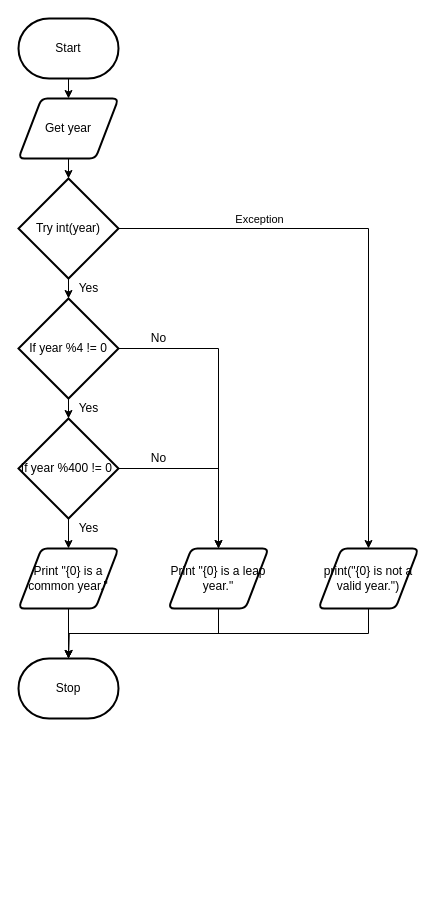
This is flowchart.drawio from Ethan-Gravelle/ICS3U-Unit3-08-Python-Leap-Year, a draw.io file, before an edit. Source tidied: cells renumbered, new cells numbered last; positions are measured from the earlier drawing's top-left corner, leaving out a move shared by most shapes. Both pictures are drawn from the tidied source at 100%, with x=0, y=0 at pixel (18, 18).
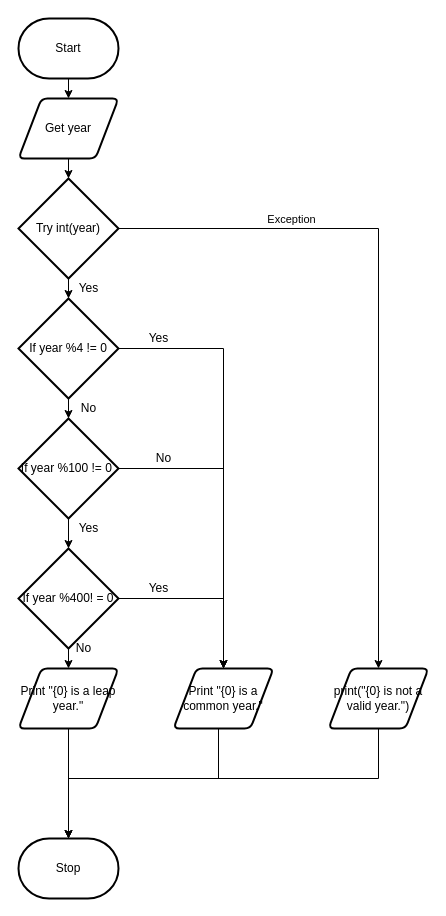
Above is the later version.

Diff of the diagram source:
```diff
@@
-    <mxCell id="10" style="edgeStyle=orthogonalEdgeStyle;rounded=0;jettySize=auto;html=1;exitX=0.5;exitY=1;exitDx=0;exitDy=0;exitPerimeter=0;entryX=0.5;entryY=0;entryDx=0;entryDy=0;" parent="1" edge="1" source="11" target="13">
+    <mxCell id="10" style="edgeStyle=orthogonalEdgeStyle;rounded=0;jettySize=auto;html=1;exitX=0.5;exitY=1;exitDx=0;exitDy=0;exitPerimeter=0;entryX=0.5;entryY=0;entryDx=0;entryDy=0;entryPerimeter=0;" parent="1" edge="1" source="11" target="31">
       <mxGeometry relative="1" as="geometry" />
     </mxCell>
-    <mxCell id="11" value="If year %400 != 0&amp;nbsp;" style="strokeWidth=2;html=1;shape=mxgraph.flowchart.decision;whiteSpace=wrap;" parent="1" vertex="1">
+    <mxCell id="11" value="If year %100 != 0&amp;nbsp;" style="strokeWidth=2;html=1;shape=mxgraph.flowchart.decision;whiteSpace=wrap;" parent="1" vertex="1">
       <mxGeometry y="400" width="100" height="100" as="geometry" />
     </mxCell>
@@
-    <mxCell id="13" value="Print &quot;{0} is a common year.&quot;" style="shape=parallelogram;html=1;strokeWidth=2;perimeter=parallelogramPerimeter;whiteSpace=wrap;rounded=1;arcSize=12;size=0.23;" parent="1" vertex="1">
-      <mxGeometry y="530" width="100" height="60" as="geometry" />
+    <mxCell id="13" value="Print &quot;{0} is a leap year.&quot;" style="shape=parallelogram;html=1;strokeWidth=2;perimeter=parallelogramPerimeter;whiteSpace=wrap;rounded=1;arcSize=12;size=0.23;" parent="1" vertex="1">
+      <mxGeometry y="650" width="100" height="60" as="geometry" />
     </mxCell>
     <mxCell id="14" style="edgeStyle=orthogonalEdgeStyle;rounded=0;jettySize=auto;html=1;exitX=0.5;exitY=1;exitDx=0;exitDy=0;" parent="1" edge="1" source="15">
       <mxGeometry relative="1" as="geometry">
-        <mxPoint x="50" y="640" as="targetPoint" />
+        <mxPoint x="50" y="820" as="targetPoint" />
+        <Array as="points">
+          <mxPoint x="200" y="680" />
+          <mxPoint x="200" y="760" />
+          <mxPoint x="50" y="760" />
+        </Array>
       </mxGeometry>
     </mxCell>
-    <mxCell id="15" value="Print &quot;{0} is a leap year.&quot;" style="shape=parallelogram;html=1;strokeWidth=2;perimeter=parallelogramPerimeter;whiteSpace=wrap;rounded=1;arcSize=12;size=0.23;" parent="1" vertex="1">
-      <mxGeometry x="150" y="530" width="100" height="60" as="geometry" />
+    <mxCell id="15" value="Print &quot;{0} is a common year.&quot;" style="shape=parallelogram;html=1;strokeWidth=2;perimeter=parallelogramPerimeter;whiteSpace=wrap;rounded=1;arcSize=12;size=0.23;" parent="1" vertex="1">
+      <mxGeometry x="155" y="650" width="100" height="60" as="geometry" />
     </mxCell>
     <mxCell id="16" value="Stop" style="strokeWidth=2;html=1;shape=mxgraph.flowchart.terminator;whiteSpace=wrap;" parent="1" vertex="1">
-      <mxGeometry y="640" width="100" height="60" as="geometry" />
+      <mxGeometry y="820" width="100" height="60" as="geometry" />
     </mxCell>
@@
-    <mxCell id="21" style="edgeStyle=orthogonalEdgeStyle;rounded=0;jettySize=auto;html=1;exitX=0.5;exitY=1;exitDx=0;exitDy=0;" parent="1" edge="1" source="22">
+    <mxCell id="21" style="edgeStyle=orthogonalEdgeStyle;rounded=0;jettySize=auto;html=1;exitX=0.5;exitY=1;exitDx=0;exitDy=0;entryX=0.5;entryY=0;entryDx=0;entryDy=0;entryPerimeter=0;" parent="1" edge="1" source="22" target="16">
       <mxGeometry relative="1" as="geometry">
-        <mxPoint x="50" y="640" as="targetPoint" />
+        <Array as="points">
+          <mxPoint x="360" y="760" />
+          <mxPoint x="50" y="760" />
+        </Array>
       </mxGeometry>
     </mxCell>
     <mxCell id="22" value="print(&quot;{0} is not a valid year.&quot;)" style="shape=parallelogram;html=1;strokeWidth=2;perimeter=parallelogramPerimeter;whiteSpace=wrap;rounded=1;arcSize=12;size=0.23;" parent="1" vertex="1">
-      <mxGeometry x="300" y="530" width="100" height="60" as="geometry" />
+      <mxGeometry x="310" y="650" width="100" height="60" as="geometry" />
     </mxCell>
@@
-    <mxCell id="24" value="No" style="text;html=1;align=center;verticalAlign=middle;strokeColor=none;" parent="1" vertex="1">
-      <mxGeometry x="125" y="430" width="30" height="20" as="geometry" />
-    </mxCell>
-    <mxCell id="25" value="No" style="text;html=1;align=center;verticalAlign=middle;strokeColor=none;" parent="1" vertex="1">
-      <mxGeometry x="125" y="310" width="30" height="20" as="geometry" />
+    <mxCell id="25" value="Yes" style="text;html=1;align=center;verticalAlign=middle;strokeColor=none;" parent="1" vertex="1">
+      <mxGeometry x="120" y="310" width="40" height="20" as="geometry" />
     </mxCell>
-    <mxCell id="26" value="Yes" style="text;html=1;align=center;verticalAlign=middle;strokeColor=none;" parent="1" vertex="1">
-      <mxGeometry x="50" y="380" width="40" height="20" as="geometry" />
+    <mxCell id="26" value="No" style="text;html=1;align=center;verticalAlign=middle;strokeColor=none;" parent="1" vertex="1">
+      <mxGeometry x="55" y="380" width="30" height="20" as="geometry" />
     </mxCell>
+    <mxCell id="28" value="No" style="text;html=1;align=center;verticalAlign=middle;strokeColor=none;" parent="1" vertex="1">
+      <mxGeometry x="130" y="430" width="30" height="20" as="geometry" />
+    </mxCell>
+    <mxCell id="29" style="edgeStyle=orthogonalEdgeStyle;rounded=0;jettySize=auto;html=1;exitX=0.5;exitY=1;exitDx=0;exitDy=0;exitPerimeter=0;entryX=0.5;entryY=0;entryDx=0;entryDy=0;" parent="1" edge="1" source="31" target="13">
+      <mxGeometry relative="1" as="geometry" />
+    </mxCell>
+    <mxCell id="30" style="edgeStyle=orthogonalEdgeStyle;rounded=0;jettySize=auto;html=1;exitX=1;exitY=0.5;exitDx=0;exitDy=0;exitPerimeter=0;entryX=0.5;entryY=0;entryDx=0;entryDy=0;" parent="1" edge="1" source="31" target="15">
+      <mxGeometry relative="1" as="geometry" />
+    </mxCell>
+    <mxCell id="31" value="If year %400! = 0" style="strokeWidth=2;html=1;shape=mxgraph.flowchart.decision;whiteSpace=wrap;" parent="1" vertex="1">
+      <mxGeometry y="530" width="100" height="100" as="geometry" />
+    </mxCell>
@@
+    <mxCell id="32" value="Yes" style="text;html=1;align=center;verticalAlign=middle;strokeColor=none;" parent="1" vertex="1">
+      <mxGeometry x="120" y="560" width="40" height="20" as="geometry" />
+    </mxCell>
+    <mxCell id="33" value="No" style="text;html=1;align=center;verticalAlign=middle;strokeColor=none;" parent="1" vertex="1">
+      <mxGeometry x="50" y="620" width="30" height="20" as="geometry" />
+    </mxCell>
```
